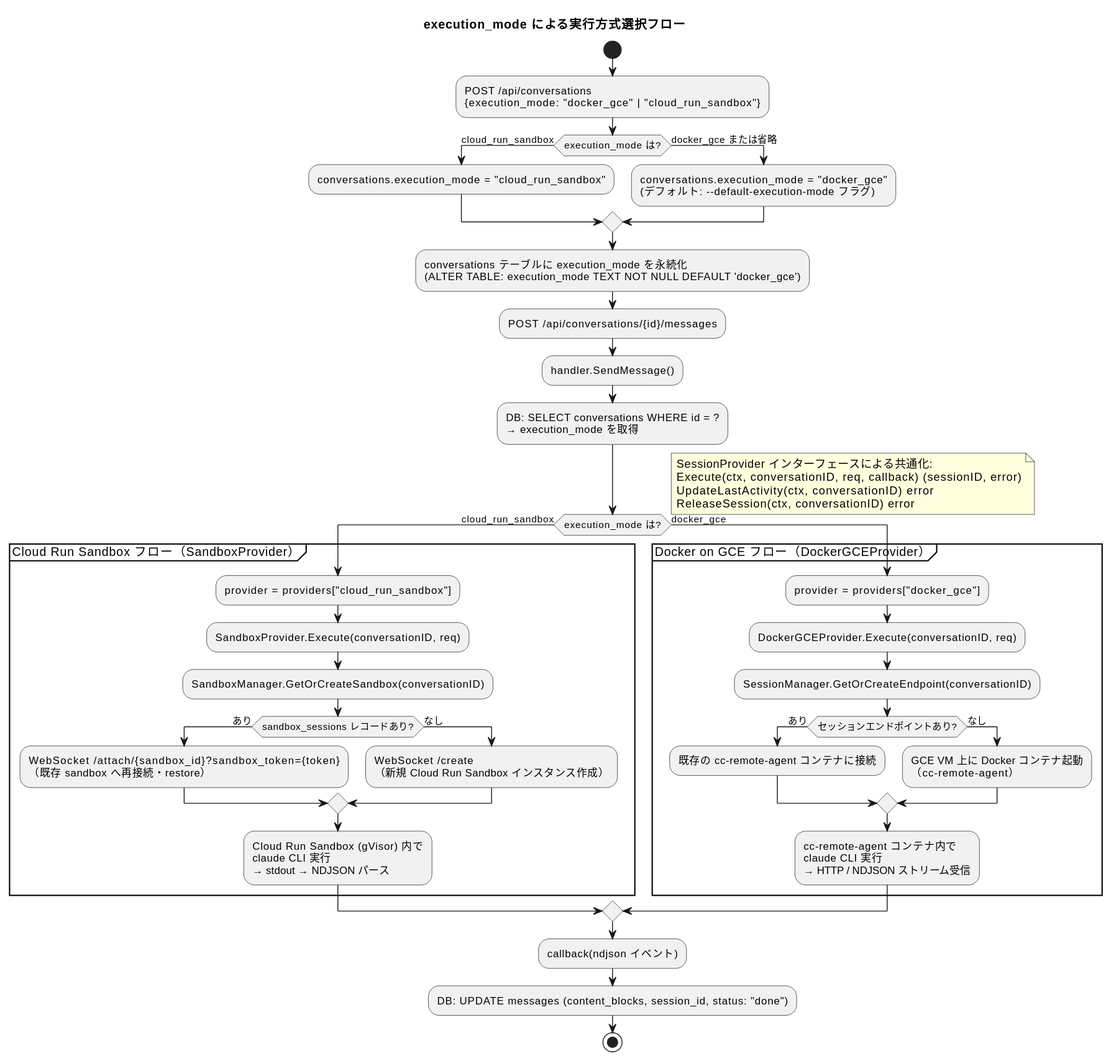
pollenjp/cc-tunnel keeps this PlantUML diagram as docs/plantuml/out/sandbox_selection_flow.svg. Above is the earlier version. Source of this version:
```plantuml
@startuml
title execution_mode による実行方式選択フロー

start

:POST /api/conversations\n{execution_mode: "docker_gce" | "cloud_run_sandbox"};

if (execution_mode は?) then (cloud_run_sandbox)
  :conversations.execution_mode = "cloud_run_sandbox";
else (docker_gce または省略)
  :conversations.execution_mode = "docker_gce"\n(デフォルト: --default-execution-mode フラグ);
endif

:conversations テーブルに execution_mode を永続化\n(ALTER TABLE: execution_mode TEXT NOT NULL DEFAULT 'docker_gce');

:POST /api/conversations/{id}/messages;
:handler.SendMessage();
:DB: SELECT conversations WHERE id = ?\n→ execution_mode を取得;

if (execution_mode は?) then (cloud_run_sandbox)
  partition "Cloud Run Sandbox フロー（SandboxProvider）" {
    :provider = providers["cloud_run_sandbox"];
    :SandboxProvider.Execute(conversationID, req);
    :SandboxManager.GetOrCreateSandbox(conversationID);

    if (sandbox_sessions レコードあり?) then (あり)
      :WebSocket /attach/{sandbox_id}?sandbox_token={token}\n（既存 sandbox へ再接続・restore）;
    else (なし)
      :WebSocket /create\n（新規 Cloud Run Sandbox インスタンス作成）;
    endif

    :Cloud Run Sandbox (gVisor) 内で\nclaude CLI 実行\n→ stdout → NDJSON パース;
  }
else (docker_gce)
  partition "Docker on GCE フロー（DockerGCEProvider）" {
    :provider = providers["docker_gce"];
    :DockerGCEProvider.Execute(conversationID, req);
    :SessionManager.GetOrCreateEndpoint(conversationID);

    if (セッションエンドポイントあり?) then (あり)
      :既存の cc-remote-agent コンテナに接続;
    else (なし)
      :GCE VM 上に Docker コンテナ起動\n（cc-remote-agent）;
    endif

    :cc-remote-agent コンテナ内で\nclaude CLI 実行\n→ HTTP / NDJSON ストリーム受信;
  }
endif

note right
  SessionProvider インターフェースによる共通化:
  Execute(ctx, conversationID, req, callback) (sessionID, error)
  UpdateLastActivity(ctx, conversationID) error
  ReleaseSession(ctx, conversationID) error
end note

:callback(ndjson イベント);
:DB: UPDATE messages (content_blocks, session_id, status: "done");

stop
@enduml
```
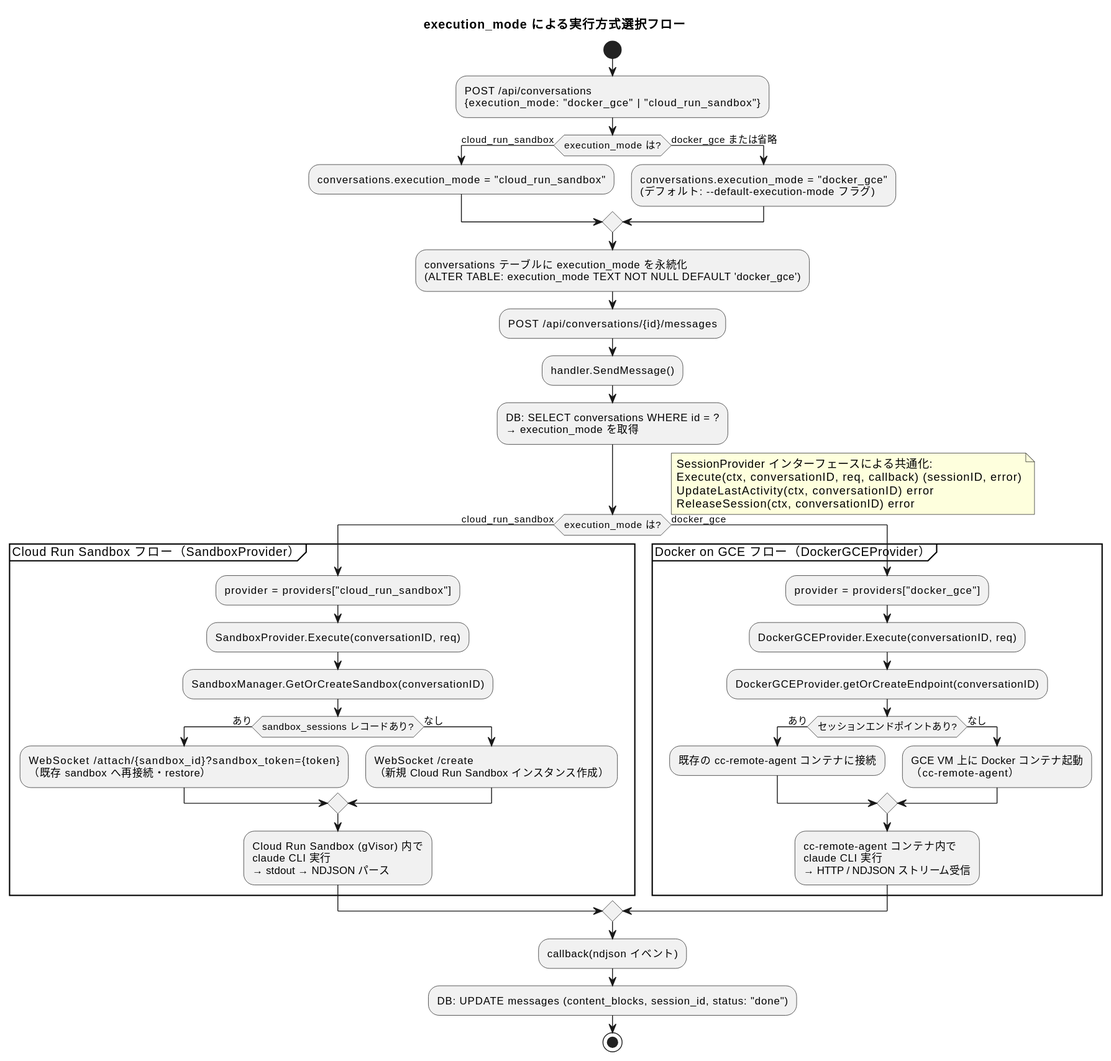
Above is the later version.

What changed in the source:
```diff
@@ -35,7 +35,7 @@
   partition "Docker on GCE フロー（DockerGCEProvider）" {
     :provider = providers["docker_gce"];
     :DockerGCEProvider.Execute(conversationID, req);
-    :SessionManager.GetOrCreateEndpoint(conversationID);
+    :DockerGCEProvider.getOrCreateEndpoint(conversationID);
 
     if (セッションエンドポイントあり?) then (あり)
       :既存の cc-remote-agent コンテナに接続;
```
